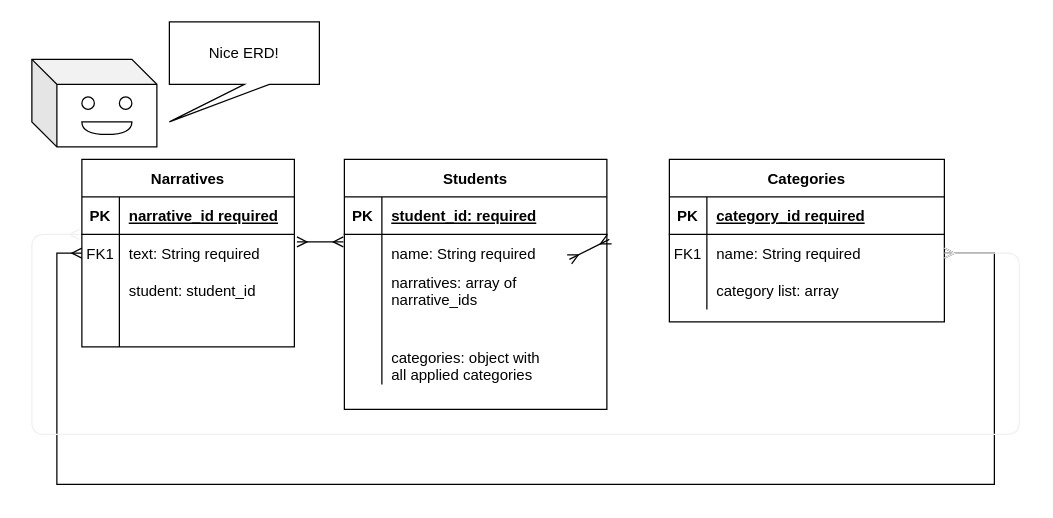
adrianferenc/narrative-analyzer keeps this draw.io diagram as NA Diagram.drawio. Above is the earlier version. Source tidied: cells renumbered, new cells numbered last; positions are measured from the earlier drawing's top-left corner, leaving out a move shared by most shapes. Both pictures are drawn from the tidied source at 125%, with x=0, y=0 at pixel (31, 21).
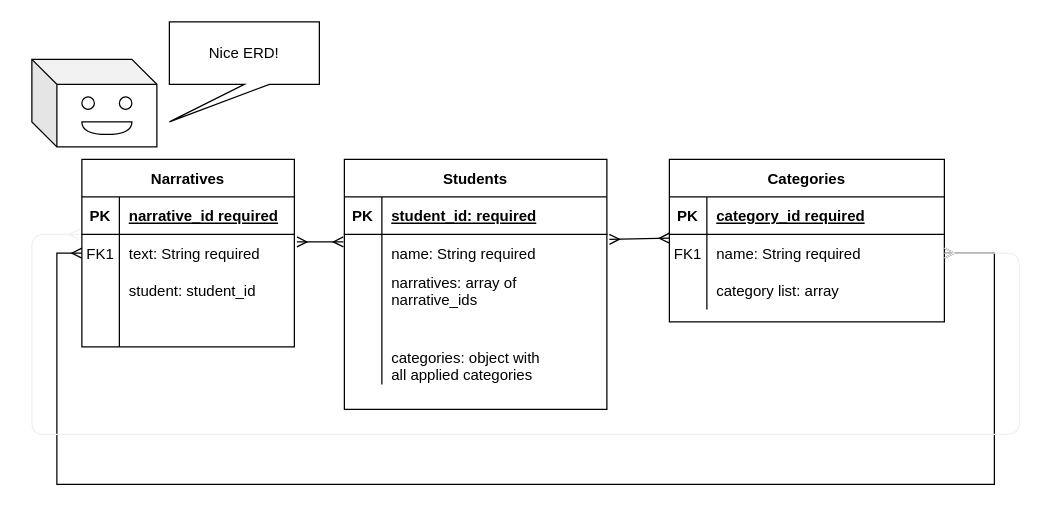
After the change.

Unchanged cells that the change refers to:
```xml
<mxCell id="20" style="shape=partialRectangle;fillColor=none;points=[[0,0.5],[1,0.5]];portConstraint=eastwest;top=0;left=0;right=0;bottom=0;" parent="16" vertex="1">
  <mxGeometry y="60" width="220" height="30" as="geometry" />
</mxCell>
```

What changed in the source:
```diff
@@
-    <mxCell id="42" style="fontSize=12;html=1;endArrow=ERmany;startArrow=ERmany;entryX=-0.012;entryY=0.133;entryDx=0;entryDy=0;entryPerimeter=0;" parent="1" edge="1">
+    <mxCell id="42" style="fontSize=12;html=1;endArrow=ERmany;startArrow=ERmany;entryX=0;entryY=0.1;entryDx=0;entryDy=0;entryPerimeter=0;" parent="1" edge="1" target="20">
       <mxGeometry relative="1" as="geometry">
         <mxPoint x="462" y="174" as="sourcePoint" />
-        <mxPoint x="430" y="190" as="targetPoint" />
       </mxGeometry>
     </mxCell>
```
